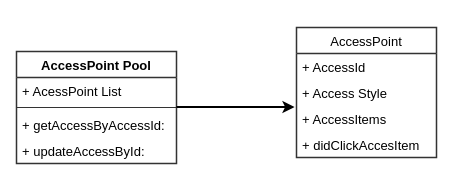
ashen-23/DrawIORepo keeps this draw.io diagram as page "accessPoint" (5 of 8) of 未命名绘图.drawio. Above is the earlier version. Source tidied: cells renumbered, new cells numbered last; positions are measured from the earlier drawing's top-left corner, leaving out a move shared by most shapes. Both pictures are drawn from the tidied source at 100%, with x=0, y=0 at pixel (16, 27).
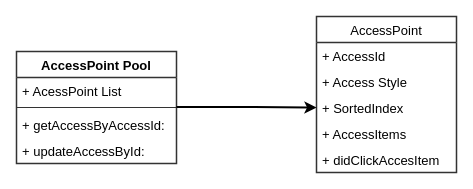
The same diagram, later.

Diff of the diagram source:
```diff
@@
 <mxGraphModel>
   <root>
     <mxCell id="0" />
     <mxCell id="1" parent="0" />
     <mxCell id="2" value="AccessPoint Pool" style="swimlane;fontStyle=1;align=center;verticalAlign=top;horizontal=1;startSize=26;rounded=0;shadow=0;glass=0;strokeColor=#333333;strokeWidth=1.5;fontSize=13;fontColor=#000000;fillColor=none;gradientColor=none;" parent="1" vertex="1">
       <mxGeometry y="24" width="160" height="112" as="geometry" />
     </mxCell>
     <mxCell id="3" value="+ AcessPoint List" style="text;strokeColor=none;fillColor=none;align=left;verticalAlign=top;spacingLeft=4;spacingRight=4;overflow=hidden;points=[[0,0.5],[1,0.5]];portConstraint=eastwest;rounded=0;shadow=0;glass=0;strokeWidth=1.5;fontSize=13;fontColor=#000000;" parent="2" vertex="1">
       <mxGeometry y="26" width="160" height="26" as="geometry" />
     </mxCell>
     <mxCell id="4" style="line;strokeWidth=1;fillColor=none;align=left;verticalAlign=middle;spacingTop=-1;spacingLeft=3;spacingRight=3;labelPosition=right;strokeColor=inherit;rounded=0;shadow=0;glass=0;fontSize=13;fontColor=#000000;" parent="2" vertex="1">
       <mxGeometry y="52" width="160" height="8" as="geometry" />
     </mxCell>
     <mxCell id="5" value="+ getAccessByAccessId:" style="text;strokeColor=none;fillColor=none;align=left;verticalAlign=top;spacingLeft=4;spacingRight=4;overflow=hidden;rounded=0;shadow=0;glass=0;strokeWidth=1.5;fontSize=13;fontColor=#000000;" parent="2" vertex="1">
       <mxGeometry y="60" width="160" height="26" as="geometry" />
     </mxCell>
     <mxCell id="6" value="+ updateAccessById:" style="text;strokeColor=none;fillColor=none;align=left;verticalAlign=top;spacingLeft=4;spacingRight=4;overflow=hidden;rounded=0;shadow=0;glass=0;strokeWidth=1.5;fontSize=13;fontColor=#000000;" parent="2" vertex="1">
       <mxGeometry y="86" width="160" height="26" as="geometry" />
     </mxCell>
     <mxCell id="7" value="AccessPoint" style="swimlane;fontStyle=0;horizontal=1;startSize=26;fillColor=none;rounded=0;shadow=0;glass=0;strokeColor=#333333;strokeWidth=1.5;fontSize=13;fontColor=#000000;" parent="1" vertex="1">
-      <mxGeometry x="280" width="140" height="130" as="geometry" />
+      <mxGeometry x="300" y="-11" width="140" height="156" as="geometry" />
     </mxCell>
     <mxCell id="8" value="+ AccessId" style="text;strokeColor=none;fillColor=none;align=left;verticalAlign=top;spacingLeft=4;spacingRight=4;overflow=hidden;rounded=0;shadow=0;glass=0;strokeWidth=1.5;fontSize=13;fontColor=#000000;" parent="7" vertex="1">
       <mxGeometry y="26" width="140" height="26" as="geometry" />
     </mxCell>
     <mxCell id="9" value="+ Access Style" style="text;strokeColor=none;fillColor=none;align=left;verticalAlign=top;spacingLeft=4;spacingRight=4;overflow=hidden;rounded=0;shadow=0;glass=0;strokeWidth=1.5;fontSize=13;fontColor=#000000;" parent="7" vertex="1">
       <mxGeometry y="52" width="140" height="26" as="geometry" />
     </mxCell>
+    <mxCell id="13" value="+ SortedIndex" style="text;strokeColor=none;fillColor=none;align=left;verticalAlign=top;spacingLeft=4;spacingRight=4;overflow=hidden;points=[[0,0.5],[1,0.5]];portConstraint=eastwest;rounded=0;shadow=0;glass=0;strokeWidth=1.5;fontSize=13;fontColor=#000000;" parent="7" vertex="1">
+      <mxGeometry y="78" width="140" height="26" as="geometry" />
+    </mxCell>
     <mxCell id="10" value="+ AccessItems" style="text;strokeColor=none;fillColor=none;align=left;verticalAlign=top;spacingLeft=4;spacingRight=4;overflow=hidden;points=[[0,0.5],[1,0.5]];portConstraint=eastwest;rounded=0;shadow=0;glass=0;strokeWidth=1.5;fontSize=13;fontColor=#000000;" parent="7" vertex="1">
-      <mxGeometry y="78" width="140" height="26" as="geometry" />
+      <mxGeometry y="104" width="140" height="26" as="geometry" />
     </mxCell>
     <mxCell id="11" value="+ didClickAccesItem" style="text;strokeColor=none;fillColor=none;align=left;verticalAlign=top;spacingLeft=4;spacingRight=4;overflow=hidden;rounded=0;shadow=0;glass=0;strokeWidth=1.5;fontSize=13;fontColor=#000000;" parent="7" vertex="1">
-      <mxGeometry y="104" width="140" height="26" as="geometry" />
+      <mxGeometry y="130" width="140" height="26" as="geometry" />
     </mxCell>
-    <mxCell id="12" style="edgeStyle=orthogonalEdgeStyle;rounded=0;jettySize=auto;html=1;entryX=-0.014;entryY=0.058;entryDx=0;entryDy=0;strokeWidth=2;fontSize=13;fontColor=#000000;entryPerimeter=0;exitX=1;exitY=1.135;exitDx=0;exitDy=0;exitPerimeter=0;" parent="1" edge="1" source="3" target="10">
+    <mxCell id="12" style="edgeStyle=orthogonalEdgeStyle;rounded=0;jettySize=auto;html=1;entryX=0;entryY=0.5;entryDx=0;entryDy=0;strokeWidth=2;fontSize=13;fontColor=#000000;exitX=1;exitY=1.135;exitDx=0;exitDy=0;exitPerimeter=0;" parent="1" edge="1" source="3" target="13">
       <mxGeometry relative="1" as="geometry" />
     </mxCell>
   </root>
 </mxGraphModel>
```
